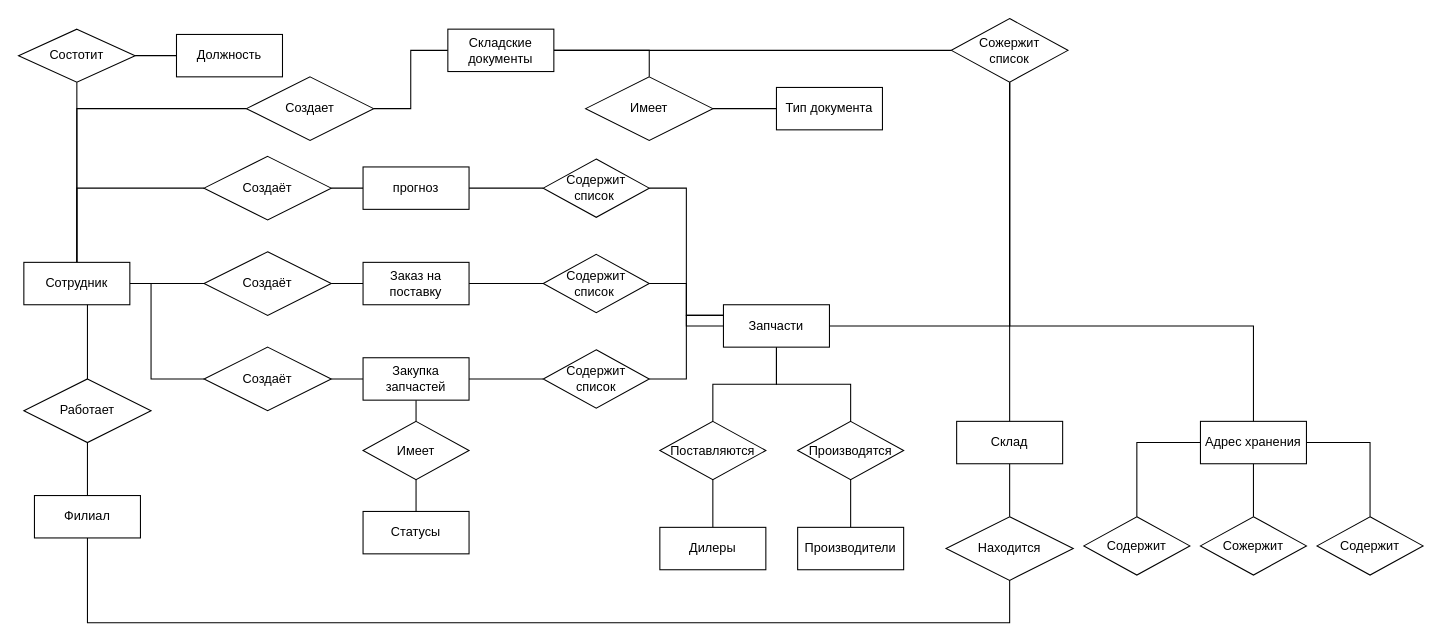
This is ER модель.drawio from aapoplavskii/Project_Otus_SA, a draw.io file, before an edit. Source tidied: cells renumbered, new cells numbered last; positions are measured from the earlier drawing's top-left corner, leaving out a move shared by most shapes. Both pictures are drawn from the tidied source at 106%, with x=0, y=0 at pixel (18, 18).
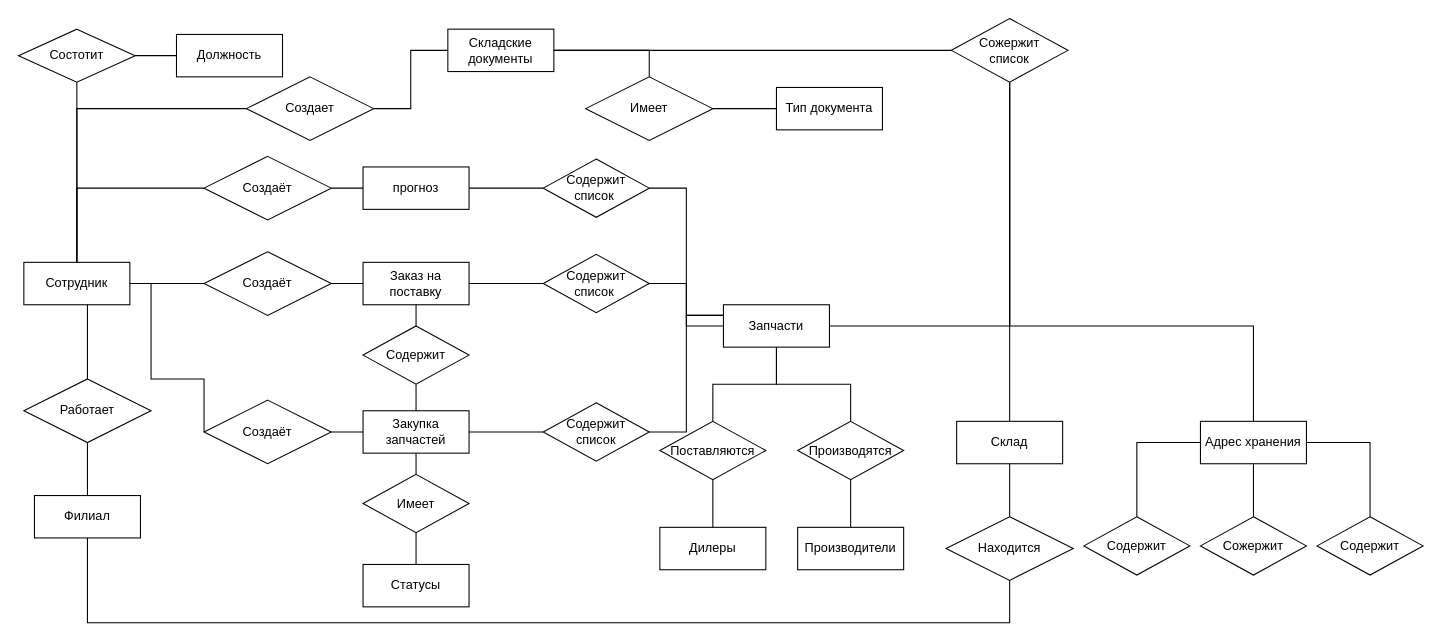
The same diagram, later.

Commit message (it also covers changes not shown here):
добавил зависимость между заказом и закупкой ER и словарь данных

Unchanged cells that the change refers to:
```xml
<mxCell id="12" value="Заказ на поставку" style="whiteSpace=wrap;html=1;align=center;" parent="1" vertex="1">
  <mxGeometry x="325" y="230" width="100" height="40" as="geometry" />
</mxCell>
```

Change to the diagram source:
```diff
@@
     <mxCell id="21" value="Закупка запчастей" style="whiteSpace=wrap;html=1;align=center;" parent="1" vertex="1">
-      <mxGeometry x="325" y="320" width="100" height="40" as="geometry" />
+      <mxGeometry x="325" y="370" width="100" height="40" as="geometry" />
     </mxCell>
@@
     <mxCell id="23" value="Создаёт" style="shape=rhombus;perimeter=rhombusPerimeter;whiteSpace=wrap;html=1;align=center;" parent="1" vertex="1">
-      <mxGeometry x="175" y="310" width="120" height="60" as="geometry" />
+      <mxGeometry x="175" y="360" width="120" height="60" as="geometry" />
     </mxCell>
@@
     <mxCell id="35" value="Содержит &lt;br&gt;список" style="shape=rhombus;perimeter=rhombusPerimeter;whiteSpace=wrap;html=1;align=center;" parent="1" vertex="1">
-      <mxGeometry x="495" y="312.5" width="100" height="55" as="geometry" />
+      <mxGeometry x="495" y="362.5" width="100" height="55" as="geometry" />
     </mxCell>
     <mxCell id="36" value="Статусы" style="whiteSpace=wrap;html=1;align=center;" parent="1" vertex="1">
-      <mxGeometry x="325" y="465" width="100" height="40" as="geometry" />
+      <mxGeometry x="325" y="515" width="100" height="40" as="geometry" />
     </mxCell>
@@
     <mxCell id="38" value="Имеет" style="shape=rhombus;perimeter=rhombusPerimeter;whiteSpace=wrap;html=1;align=center;" parent="1" vertex="1">
-      <mxGeometry x="325" y="380" width="100" height="55" as="geometry" />
+      <mxGeometry x="325" y="430" width="100" height="55" as="geometry" />
     </mxCell>
@@
+    <mxCell id="69" style="edgeStyle=orthogonalEdgeStyle;rounded=0;jettySize=auto;html=1;endArrow=none;endFill=0;" parent="1" edge="1" source="71" target="12">
+      <mxGeometry relative="1" as="geometry" />
+    </mxCell>
+    <mxCell id="70" style="edgeStyle=orthogonalEdgeStyle;rounded=0;jettySize=auto;html=1;endArrow=none;endFill=0;" parent="1" edge="1" source="71" target="21">
+      <mxGeometry relative="1" as="geometry" />
+    </mxCell>
+    <mxCell id="71" value="Содержит" style="shape=rhombus;perimeter=rhombusPerimeter;whiteSpace=wrap;html=1;align=center;" parent="1" vertex="1">
+      <mxGeometry x="325" y="290" width="100" height="55" as="geometry" />
+    </mxCell>
```
